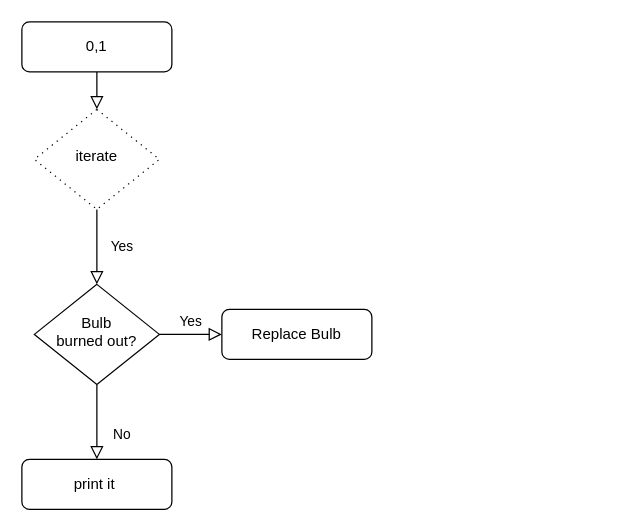
This is flowcharts.drawio from abhijithabhiakl/Draw.io, a draw.io file, before an edit. Source tidied: cells renumbered, new cells numbered last; positions are measured from the earlier drawing's top-left corner, leaving out a move shared by most shapes. Both pictures are drawn from the tidied source at 125%, with x=0, y=0 at pixel (21, 21).
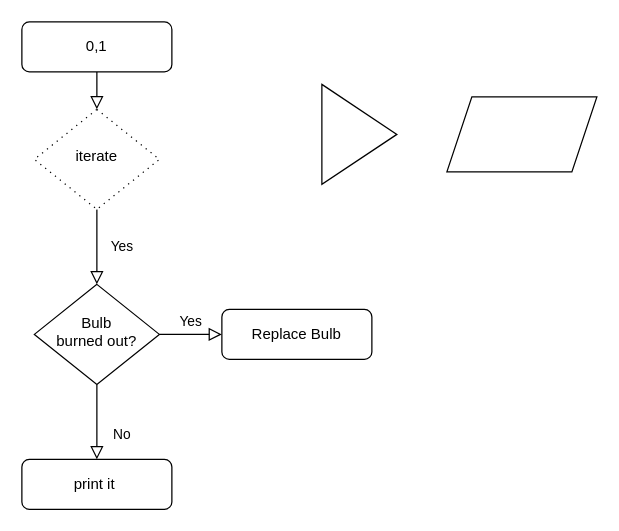
The same page after the edit.

Diff of the diagram source:
```diff
@@
 <mxGraphModel>
   <root>
     <mxCell id="0" />
     <mxCell id="1" parent="0" />
     <mxCell id="2" style="rounded=0;html=1;jettySize=auto;fontSize=11;endArrow=block;endFill=0;endSize=8;strokeWidth=1;shadow=0;labelBackgroundColor=none;edgeStyle=orthogonalEdgeStyle;" parent="1" edge="1" source="3" target="5">
       <mxGeometry relative="1" as="geometry" />
     </mxCell>
     <mxCell id="3" value="0,1" style="rounded=1;whiteSpace=wrap;html=1;fontSize=12;glass=0;strokeWidth=1;shadow=0;" parent="1" vertex="1">
       <mxGeometry width="120" height="40" as="geometry" />
     </mxCell>
     <mxCell id="4" value="Yes" style="rounded=0;html=1;jettySize=auto;fontSize=11;endArrow=block;endFill=0;endSize=8;strokeWidth=1;shadow=0;labelBackgroundColor=none;edgeStyle=orthogonalEdgeStyle;" parent="1" edge="1" source="5" target="8">
       <mxGeometry y="20" relative="1" as="geometry" />
     </mxCell>
     <mxCell id="5" value="iterate" style="rhombus;whiteSpace=wrap;html=1;shadow=0;fontFamily=Helvetica;fontSize=12;align=center;strokeWidth=1;spacing=6;spacingTop=-4;dashed=1;dashPattern=1 4;perimeterSpacing=0;" parent="1" vertex="1">
       <mxGeometry x="10" y="70" width="100" height="80" as="geometry" />
     </mxCell>
     <mxCell id="6" value="No" style="rounded=0;html=1;jettySize=auto;fontSize=11;endArrow=block;endFill=0;endSize=8;strokeWidth=1;shadow=0;labelBackgroundColor=none;edgeStyle=orthogonalEdgeStyle;" parent="1" edge="1" source="8" target="9">
       <mxGeometry x="0.33" y="20" relative="1" as="geometry" />
     </mxCell>
     <mxCell id="7" value="Yes" style="edgeStyle=orthogonalEdgeStyle;rounded=0;html=1;jettySize=auto;fontSize=11;endArrow=block;endFill=0;endSize=8;strokeWidth=1;shadow=0;labelBackgroundColor=none;" parent="1" edge="1" source="8" target="10">
       <mxGeometry y="10" relative="1" as="geometry" />
     </mxCell>
     <mxCell id="8" value="Bulb&lt;br&gt;burned out?" style="rhombus;whiteSpace=wrap;html=1;shadow=0;fontFamily=Helvetica;fontSize=12;align=center;strokeWidth=1;spacing=6;spacingTop=-4;" parent="1" vertex="1">
       <mxGeometry x="10" y="210" width="100" height="80" as="geometry" />
     </mxCell>
     <mxCell id="9" value="print it&amp;nbsp;" style="rounded=1;whiteSpace=wrap;html=1;fontSize=12;glass=0;strokeWidth=1;shadow=0;" parent="1" vertex="1">
       <mxGeometry y="350" width="120" height="40" as="geometry" />
     </mxCell>
     <mxCell id="10" value="Replace Bulb" style="rounded=1;whiteSpace=wrap;html=1;fontSize=12;glass=0;strokeWidth=1;shadow=0;" parent="1" vertex="1">
       <mxGeometry x="160" y="230" width="120" height="40" as="geometry" />
     </mxCell>
+    <mxCell id="11" style="triangle;whiteSpace=wrap;html=1;" parent="1" vertex="1">
+      <mxGeometry x="240" y="50" width="60" height="80" as="geometry" />
+    </mxCell>
+    <mxCell id="12" style="shape=parallelogram;perimeter=parallelogramPerimeter;whiteSpace=wrap;html=1;fixedSize=1;" parent="1" vertex="1">
+      <mxGeometry x="340" y="60" width="120" height="60" as="geometry" />
+    </mxCell>
   </root>
 </mxGraphModel>
```
